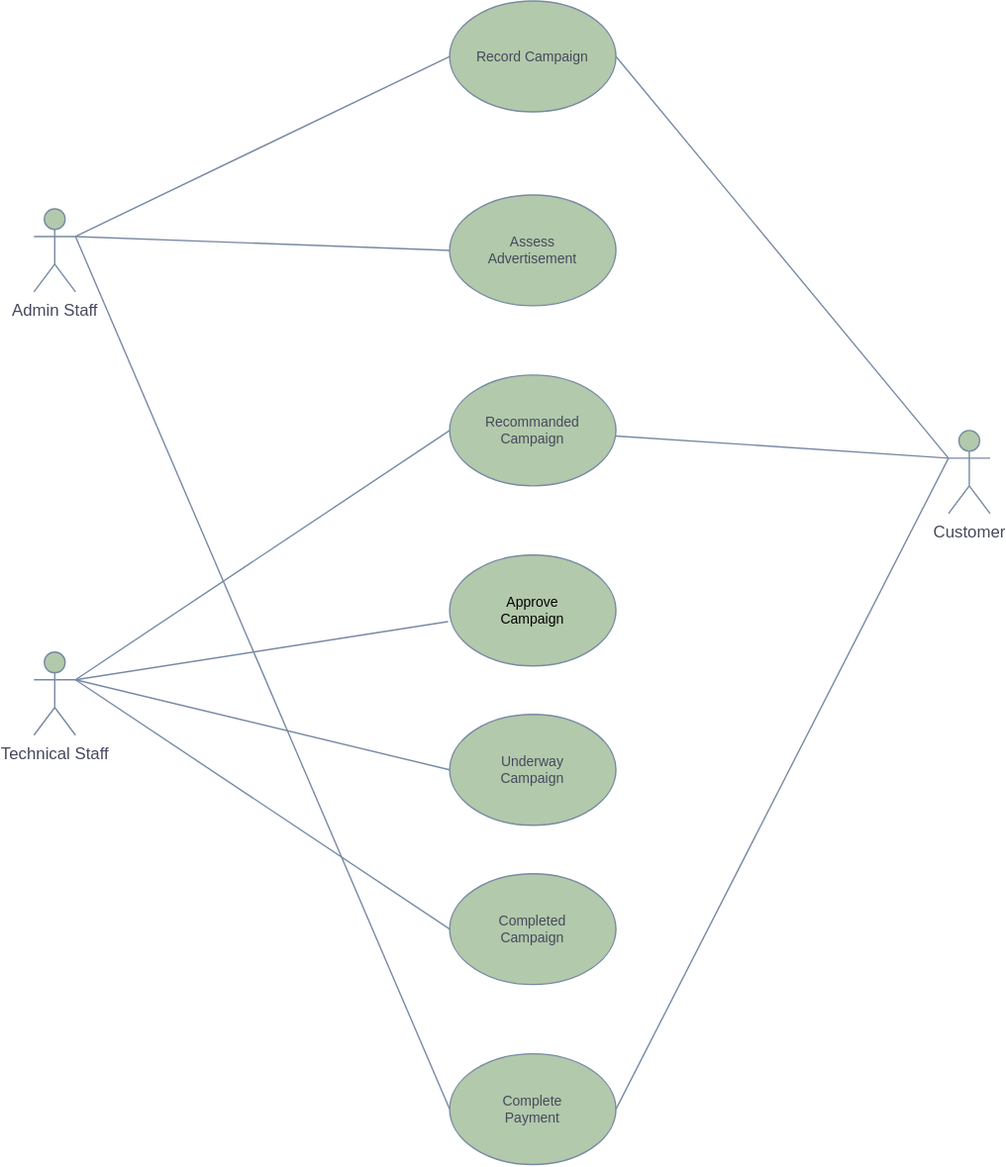
Before: Others/Use Case Diagram.svg, a diagram exported from draw.io (eiasinprodhan/Angular). Source tidied: cells renumbered, new cells last; positions are measured from the earlier drawing's top-left corner, leaving out a move shared by most shapes.
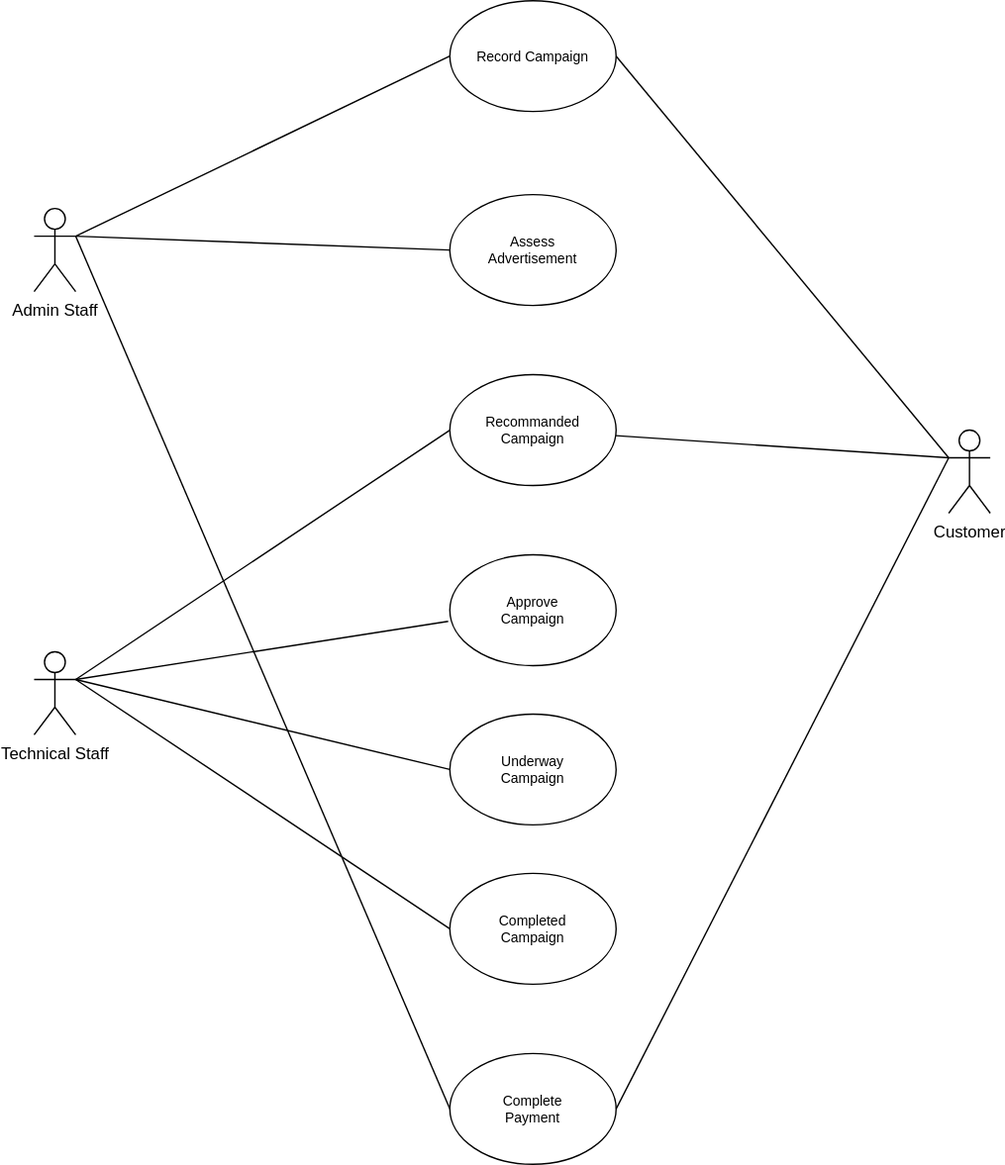
After the commit.

Diff of the diagram source:
```diff
@@ -2,78 +2,78 @@
   <root>
     <mxCell id="0" />
     <mxCell id="1" parent="0" />
-    <mxCell id="2" value="Admin Staff" style="shape=umlActor;verticalLabelPosition=bottom;verticalAlign=top;html=1;labelBackgroundColor=none;fillColor=#B2C9AB;strokeColor=#788AA3;fontColor=#46495D;" parent="1" vertex="1">
+    <mxCell id="2" value="Admin Staff" style="shape=umlActor;verticalLabelPosition=bottom;verticalAlign=top;html=1;labelBackgroundColor=none;" parent="1" vertex="1">
       <mxGeometry y="150" width="30" height="60" as="geometry" />
     </mxCell>
-    <mxCell id="3" value="Technical Staff" style="shape=umlActor;verticalLabelPosition=bottom;verticalAlign=top;html=1;outlineConnect=0;labelBackgroundColor=none;fillColor=#B2C9AB;strokeColor=#788AA3;fontColor=#46495D;" parent="1" vertex="1">
+    <mxCell id="3" value="Technical Staff" style="shape=umlActor;verticalLabelPosition=bottom;verticalAlign=top;html=1;outlineConnect=0;labelBackgroundColor=none;" parent="1" vertex="1">
       <mxGeometry y="470" width="30" height="60" as="geometry" />
     </mxCell>
-    <mxCell id="4" value="Customer" style="shape=umlActor;verticalLabelPosition=bottom;verticalAlign=top;html=1;outlineConnect=0;labelBackgroundColor=none;fillColor=#B2C9AB;strokeColor=#788AA3;fontColor=#46495D;" parent="1" vertex="1">
+    <mxCell id="4" value="Customer" style="shape=umlActor;verticalLabelPosition=bottom;verticalAlign=top;html=1;outlineConnect=0;labelBackgroundColor=none;" parent="1" vertex="1">
       <mxGeometry x="660" y="310" width="30" height="60" as="geometry" />
     </mxCell>
-    <mxCell id="5" value="Record Campaign" style="ellipse;whiteSpace=wrap;html=1;labelBackgroundColor=none;fillColor=#B2C9AB;strokeColor=#788AA3;fontColor=#46495D;fontSize=10;" parent="1" vertex="1">
+    <mxCell id="5" value="Record Campaign" style="ellipse;whiteSpace=wrap;html=1;labelBackgroundColor=none;fontSize=10;" parent="1" vertex="1">
       <mxGeometry x="300" width="120" height="80" as="geometry" />
     </mxCell>
-    <mxCell id="6" value="Complete&lt;div&gt;Payment&lt;/div&gt;" style="ellipse;whiteSpace=wrap;html=1;labelBackgroundColor=none;fillColor=#B2C9AB;strokeColor=#788AA3;fontColor=#46495D;fontSize=10;" parent="1" vertex="1">
+    <mxCell id="6" value="Complete&lt;div&gt;Payment&lt;/div&gt;" style="ellipse;whiteSpace=wrap;html=1;labelBackgroundColor=none;fontSize=10;" parent="1" vertex="1">
       <mxGeometry x="300" y="760" width="120" height="80" as="geometry" />
     </mxCell>
-    <mxCell id="7" value="Completed&lt;div&gt;Campaign&lt;/div&gt;" style="ellipse;whiteSpace=wrap;html=1;labelBackgroundColor=none;fillColor=#B2C9AB;strokeColor=#788AA3;fontColor=#46495D;fontSize=10;" parent="1" vertex="1">
+    <mxCell id="7" value="Completed&lt;div&gt;Campaign&lt;/div&gt;" style="ellipse;whiteSpace=wrap;html=1;labelBackgroundColor=none;fontSize=10;" parent="1" vertex="1">
       <mxGeometry x="300" y="630" width="120" height="80" as="geometry" />
     </mxCell>
-    <mxCell id="8" value="Assess&lt;div&gt;Advertisement&lt;/div&gt;" style="ellipse;whiteSpace=wrap;html=1;labelBackgroundColor=none;fillColor=#B2C9AB;strokeColor=#788AA3;fontColor=#46495D;fontSize=10;" parent="1" vertex="1">
+    <mxCell id="8" value="Assess&lt;div&gt;Advertisement&lt;/div&gt;" style="ellipse;whiteSpace=wrap;html=1;labelBackgroundColor=none;fontSize=10;" parent="1" vertex="1">
       <mxGeometry x="300" y="140" width="120" height="80" as="geometry" />
     </mxCell>
-    <mxCell id="9" value="Recommanded&lt;div&gt;Campaign&lt;/div&gt;" style="ellipse;whiteSpace=wrap;html=1;labelBackgroundColor=none;fillColor=#B2C9AB;strokeColor=#788AA3;fontColor=#46495D;fontSize=10;" parent="1" vertex="1">
+    <mxCell id="9" value="Recommanded&lt;div&gt;Campaign&lt;/div&gt;" style="ellipse;whiteSpace=wrap;html=1;labelBackgroundColor=none;fontSize=10;" parent="1" vertex="1">
       <mxGeometry x="300" y="270" width="120" height="80" as="geometry" />
     </mxCell>
-    <mxCell id="10" value="&lt;span style=&quot;background-color: transparent; color: light-dark(rgb(0, 0, 0), rgb(255, 255, 255));&quot;&gt;Approve&lt;/span&gt;&lt;div&gt;&lt;span style=&quot;background-color: transparent; color: light-dark(rgb(0, 0, 0), rgb(255, 255, 255));&quot;&gt;Campaign&lt;/span&gt;&lt;/div&gt;" style="ellipse;whiteSpace=wrap;html=1;labelBackgroundColor=none;fillColor=#B2C9AB;strokeColor=#788AA3;fontColor=#46495D;fontSize=10;" parent="1" vertex="1">
+    <mxCell id="10" value="&lt;span style=&quot;background-color: transparent; color: light-dark(rgb(0, 0, 0), rgb(255, 255, 255));&quot;&gt;Approve&lt;/span&gt;&lt;div&gt;&lt;span style=&quot;background-color: transparent; color: light-dark(rgb(0, 0, 0), rgb(255, 255, 255));&quot;&gt;Campaign&lt;/span&gt;&lt;/div&gt;" style="ellipse;whiteSpace=wrap;html=1;labelBackgroundColor=none;fontSize=10;" parent="1" vertex="1">
       <mxGeometry x="300" y="400" width="120" height="80" as="geometry" />
     </mxCell>
-    <mxCell id="11" value="Underway&lt;div&gt;Campaign&lt;/div&gt;" style="ellipse;whiteSpace=wrap;html=1;labelBackgroundColor=none;fillColor=#B2C9AB;strokeColor=#788AA3;fontColor=#46495D;fontSize=10;" parent="1" vertex="1">
+    <mxCell id="11" value="Underway&lt;div&gt;Campaign&lt;/div&gt;" style="ellipse;whiteSpace=wrap;html=1;labelBackgroundColor=none;fontSize=10;" parent="1" vertex="1">
       <mxGeometry x="300" y="515" width="120" height="80" as="geometry" />
     </mxCell>
-    <mxCell id="12" style="endArrow=none;html=1;rounded=0;entryX=0;entryY=0.5;entryDx=0;entryDy=0;labelBackgroundColor=none;fontColor=default;strokeColor=#788AA3;" parent="1" edge="1" target="5">
+    <mxCell id="12" style="endArrow=none;html=1;rounded=0;entryX=0;entryY=0.5;entryDx=0;entryDy=0;labelBackgroundColor=none;fontColor=default;" parent="1" edge="1" target="5">
       <mxGeometry relative="1" as="geometry">
         <mxPoint x="30" y="170" as="sourcePoint" />
       </mxGeometry>
     </mxCell>
-    <mxCell id="13" style="endArrow=none;html=1;rounded=0;entryX=0;entryY=0.5;entryDx=0;entryDy=0;labelBackgroundColor=none;fontColor=default;strokeColor=#788AA3;" parent="1" edge="1" target="8">
+    <mxCell id="13" style="endArrow=none;html=1;rounded=0;entryX=0;entryY=0.5;entryDx=0;entryDy=0;labelBackgroundColor=none;fontColor=default;" parent="1" edge="1" target="8">
       <mxGeometry relative="1" as="geometry">
         <mxPoint x="30" y="170" as="sourcePoint" />
       </mxGeometry>
     </mxCell>
-    <mxCell id="14" style="endArrow=none;html=1;rounded=0;entryX=0;entryY=0.5;entryDx=0;entryDy=0;labelBackgroundColor=none;fontColor=default;strokeColor=#788AA3;" parent="1" edge="1" target="6">
+    <mxCell id="14" style="endArrow=none;html=1;rounded=0;entryX=0;entryY=0.5;entryDx=0;entryDy=0;labelBackgroundColor=none;fontColor=default;" parent="1" edge="1" target="6">
       <mxGeometry relative="1" as="geometry">
         <mxPoint x="30" y="170" as="sourcePoint" />
       </mxGeometry>
     </mxCell>
-    <mxCell id="15" style="endArrow=none;html=1;rounded=0;exitX=0;exitY=0.3333333333333333;exitDx=0;exitDy=0;exitPerimeter=0;entryX=1;entryY=0.5;entryDx=0;entryDy=0;labelBackgroundColor=none;fontColor=default;strokeColor=#788AA3;" parent="1" edge="1" source="4" target="5">
+    <mxCell id="15" style="endArrow=none;html=1;rounded=0;exitX=0;exitY=0.3333333333333333;exitDx=0;exitDy=0;exitPerimeter=0;entryX=1;entryY=0.5;entryDx=0;entryDy=0;labelBackgroundColor=none;fontColor=default;" parent="1" edge="1" source="4" target="5">
       <mxGeometry relative="1" as="geometry" />
     </mxCell>
-    <mxCell id="16" style="endArrow=none;html=1;rounded=0;labelBackgroundColor=none;fontColor=default;strokeColor=#788AA3;" parent="1" edge="1" target="9">
+    <mxCell id="16" style="endArrow=none;html=1;rounded=0;labelBackgroundColor=none;fontColor=default;" parent="1" edge="1" target="9">
       <mxGeometry relative="1" as="geometry">
         <mxPoint x="660" y="330" as="sourcePoint" />
       </mxGeometry>
     </mxCell>
-    <mxCell id="17" style="endArrow=none;html=1;rounded=0;entryX=1;entryY=0.5;entryDx=0;entryDy=0;labelBackgroundColor=none;fontColor=default;strokeColor=#788AA3;" parent="1" edge="1" target="6">
+    <mxCell id="17" style="endArrow=none;html=1;rounded=0;entryX=1;entryY=0.5;entryDx=0;entryDy=0;labelBackgroundColor=none;fontColor=default;" parent="1" edge="1" target="6">
       <mxGeometry relative="1" as="geometry">
         <mxPoint x="660" y="330" as="sourcePoint" />
       </mxGeometry>
     </mxCell>
-    <mxCell id="18" style="endArrow=none;html=1;rounded=0;exitX=1;exitY=0.3333333333333333;exitDx=0;exitDy=0;exitPerimeter=0;entryX=0;entryY=0.5;entryDx=0;entryDy=0;labelBackgroundColor=none;fontColor=default;strokeColor=#788AA3;" parent="1" edge="1" source="3" target="9">
+    <mxCell id="18" style="endArrow=none;html=1;rounded=0;exitX=1;exitY=0.3333333333333333;exitDx=0;exitDy=0;exitPerimeter=0;entryX=0;entryY=0.5;entryDx=0;entryDy=0;labelBackgroundColor=none;fontColor=default;" parent="1" edge="1" source="3" target="9">
       <mxGeometry relative="1" as="geometry" />
     </mxCell>
-    <mxCell id="19" style="endArrow=none;html=1;rounded=0;entryX=-0.01;entryY=0.6;entryDx=0;entryDy=0;entryPerimeter=0;labelBackgroundColor=none;fontColor=default;strokeColor=#788AA3;" parent="1" edge="1" target="10">
+    <mxCell id="19" style="endArrow=none;html=1;rounded=0;entryX=-0.01;entryY=0.6;entryDx=0;entryDy=0;entryPerimeter=0;labelBackgroundColor=none;fontColor=default;" parent="1" edge="1" target="10">
       <mxGeometry relative="1" as="geometry">
         <mxPoint x="30" y="490" as="sourcePoint" />
       </mxGeometry>
     </mxCell>
-    <mxCell id="20" style="endArrow=none;html=1;rounded=0;entryX=0;entryY=0.5;entryDx=0;entryDy=0;labelBackgroundColor=none;fontColor=default;strokeColor=#788AA3;" parent="1" edge="1" target="11">
+    <mxCell id="20" style="endArrow=none;html=1;rounded=0;entryX=0;entryY=0.5;entryDx=0;entryDy=0;labelBackgroundColor=none;fontColor=default;" parent="1" edge="1" target="11">
       <mxGeometry relative="1" as="geometry">
         <mxPoint x="30" y="490" as="sourcePoint" />
       </mxGeometry>
     </mxCell>
-    <mxCell id="21" style="endArrow=none;html=1;rounded=0;entryX=0;entryY=0.5;entryDx=0;entryDy=0;labelBackgroundColor=none;fontColor=default;strokeColor=#788AA3;" parent="1" edge="1" target="7">
+    <mxCell id="21" style="endArrow=none;html=1;rounded=0;entryX=0;entryY=0.5;entryDx=0;entryDy=0;labelBackgroundColor=none;fontColor=default;" parent="1" edge="1" target="7">
       <mxGeometry relative="1" as="geometry">
         <mxPoint x="30" y="490" as="sourcePoint" />
       </mxGeometry>
```
